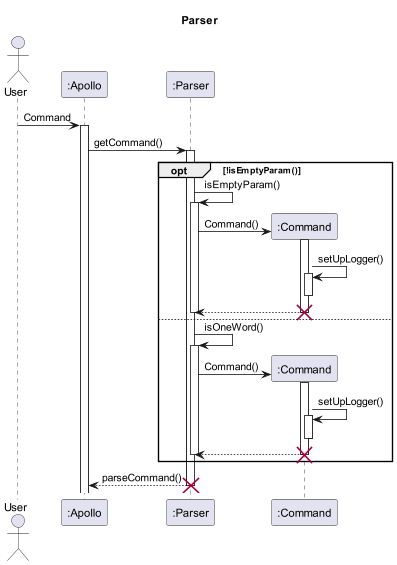
Before: docs/uml-diagrams/Parser_Seq-Parser.png, a diagram exported from PlantUML (nus-cs2113-AY2223S2/tp). Source of this version:
```plantuml
@startuml

skinparam maxMessageSize 150

title Parser

actor User

participant ":Apollo" as Apollo
participant ":Parser" as Parser
participant ":Command" as Command

User -> Apollo : Command
activate Apollo
Apollo -> Parser : getCommand()
activate Parser

opt !isEmptyParam()
Parser -> Parser : isEmptyParam()
activate Parser
Parser -> Command** : Command()
activate Command
Command -> Command : setUpLogger()
activate Command
deactivate Command

Command --> Parser
deactivate Command
destroy Command

deactivate Parser

else

Parser -> Parser : isOneWord()
activate Parser
Parser -> Command** : Command()
activate Command
Command -> Command : setUpLogger()
activate Command
deactivate Command
Command --> Parser
deactivate Command
destroy Command

deactivate Parser

end

Parser --> Apollo : parseCommand()
deactivate Parser
destroy Parser


@enduml
```
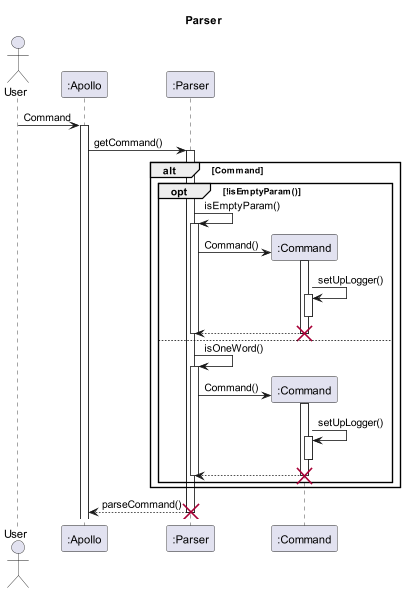
The same diagram one commit later.

Commit message:
Update changes to seq diangram for parser

Change to the diagram source:
```diff
@@ -14,6 +14,8 @@
 activate Apollo
 Apollo -> Parser : getCommand()
 activate Parser
+
+alt Command
 
 opt !isEmptyParam()
 Parser -> Parser : isEmptyParam()
@@ -47,6 +49,7 @@
 
 end
 
+end
 Parser --> Apollo : parseCommand()
 deactivate Parser
 destroy Parser
```
